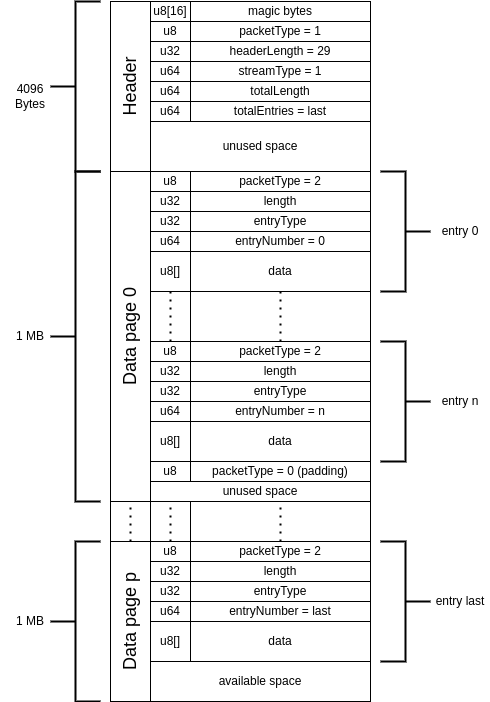
0xPolygon/zkevm-data-streamer keeps this draw.io diagram as doc/data-streamer-bin-file.drawio.png. Above is the earlier version. Source tidied: cells renumbered, new cells last; positions are measured from the earlier drawing's top-left corner, leaving out a move shared by most shapes.
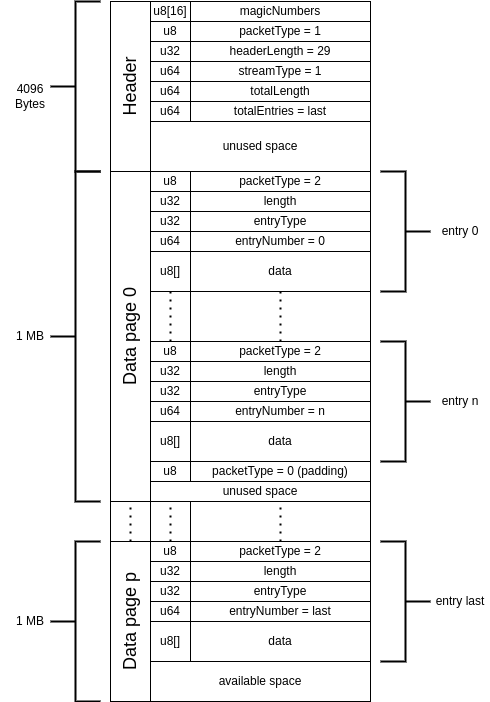
The same diagram one commit later.

Commit message:
replace "magic bytes" for "magicNumbers". Remove "Magic numbers" as a section in the README.md

Change to the diagram source:
```diff
@@ -212,7 +212,7 @@
     <mxCell id="71" value="u8[16]" style="rounded=0;whiteSpace=wrap;html=1;" parent="1" vertex="1">
       <mxGeometry x="150" width="40" height="20" as="geometry" />
     </mxCell>
-    <mxCell id="72" value="magic bytes" style="rounded=0;whiteSpace=wrap;html=1;" parent="1" vertex="1">
+    <mxCell id="72" value="magicNumbers" style="rounded=0;whiteSpace=wrap;html=1;" parent="1" vertex="1">
       <mxGeometry x="190" width="180" height="20" as="geometry" />
     </mxCell>
   </root>
```
